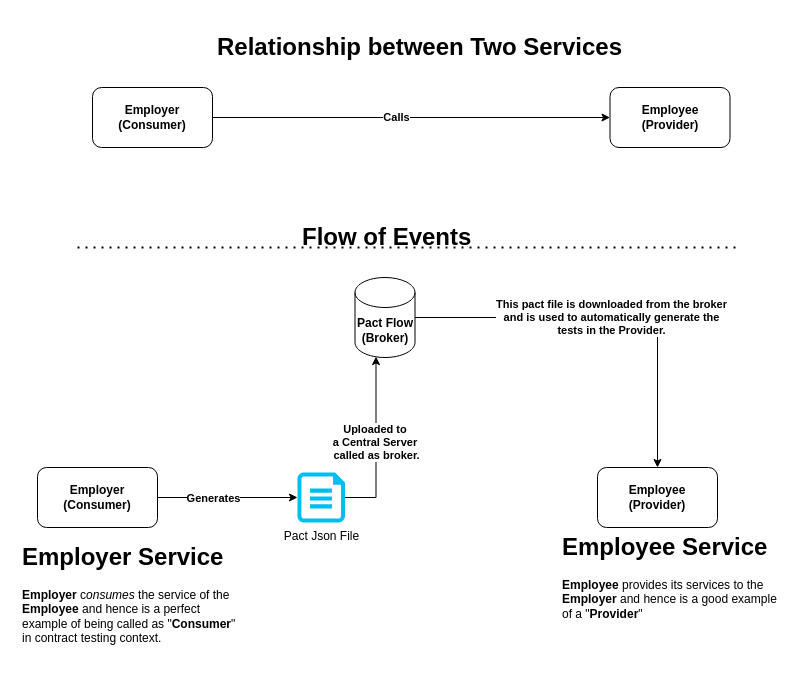
The draw.io diagram Untitled Diagram.drawio in akashdktyagi/pactflow-contract-testing-reference-app, before the edit. Source tidied: cells renumbered, new cells numbered last; positions are measured from the earlier drawing's top-left corner, leaving out a move shared by most shapes. Both pictures are drawn from the tidied source at 100%, with x=0, y=0 at pixel (17, 27).
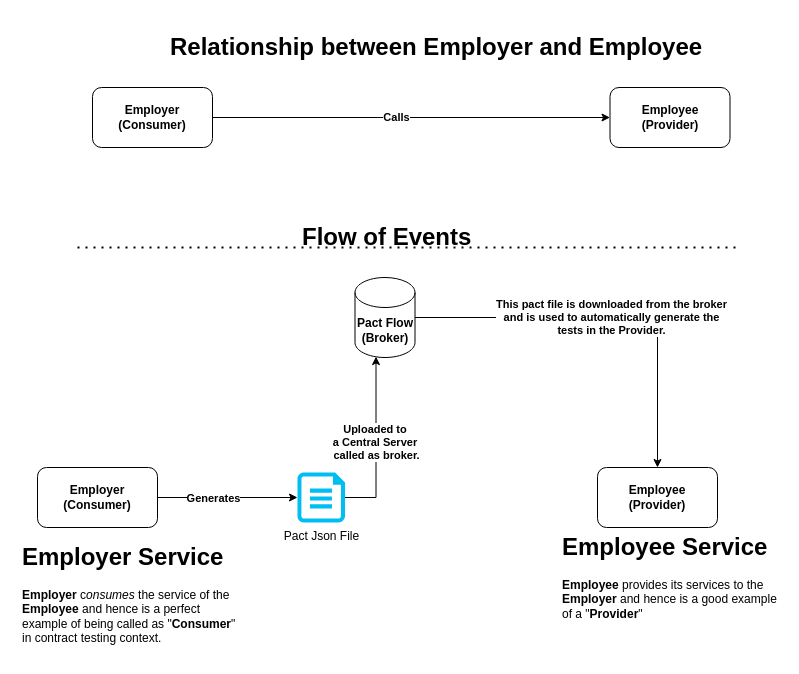
Above is the later version.

Change to the diagram source:
```diff
@@
 <mxGraphModel>
   <root>
     <mxCell id="0" />
     <mxCell id="1" parent="0" />
     <mxCell id="2" style="edgeStyle=orthogonalEdgeStyle;rounded=0;jettySize=auto;html=1;entryX=0;entryY=0.5;entryDx=0;entryDy=0;entryPerimeter=0;" parent="1" edge="1" source="4" target="11">
       <mxGeometry relative="1" as="geometry" />
     </mxCell>
     <mxCell id="3" value="Generates" style="edgeLabel;html=1;align=center;verticalAlign=middle;fontStyle=1;" parent="2" vertex="1">
       <mxGeometry x="-0.21" relative="1" as="geometry" />
     </mxCell>
     <mxCell id="4" value="Employer&lt;br&gt;(Consumer)" style="rounded=1;whiteSpace=wrap;html=1;fontStyle=1;" parent="1" vertex="1">
       <mxGeometry x="20" y="440" width="120" height="60" as="geometry" />
     </mxCell>
     <mxCell id="5" value="Employee&lt;br&gt;(Provider)" style="rounded=1;whiteSpace=wrap;html=1;fontStyle=1;" parent="1" vertex="1">
       <mxGeometry x="580" y="440" width="120" height="60" as="geometry" />
     </mxCell>
     <mxCell id="6" value="&lt;b&gt;This pact file is downloaded from the broker&lt;br&gt;and is used to automatically generate the&lt;br&gt;tests in the Provider.&lt;/b&gt;" style="edgeStyle=orthogonalEdgeStyle;rounded=0;jettySize=auto;html=1;" parent="1" edge="1" source="7" target="5">
       <mxGeometry relative="1" as="geometry" />
     </mxCell>
     <mxCell id="7" value="Pact Flow&lt;br&gt;(Broker)" style="shape=cylinder3;whiteSpace=wrap;html=1;boundedLbl=1;backgroundOutline=1;size=15;fontStyle=1;" parent="1" vertex="1">
       <mxGeometry x="337.5" y="250" width="60" height="80" as="geometry" />
     </mxCell>
     <mxCell id="8" value="&lt;h1&gt;Employer Service&lt;/h1&gt;&lt;p&gt;&lt;b&gt;Employer&lt;/b&gt;&amp;nbsp;c&lt;i&gt;onsumes&lt;/i&gt; the service of the &lt;b&gt;Employee&lt;/b&gt; and hence is a perfect example of being called as &quot;&lt;b&gt;Consumer&lt;/b&gt;&quot; in contract testing context.&lt;/p&gt;" style="text;html=1;strokeColor=none;fillColor=none;spacing=5;spacingTop=-20;whiteSpace=wrap;overflow=hidden;rounded=0;" parent="1" vertex="1">
       <mxGeometry y="510" width="225" height="120" as="geometry" />
     </mxCell>
     <mxCell id="9" value="&lt;h1&gt;Employee Service&amp;nbsp;&lt;/h1&gt;&lt;p&gt;&lt;b&gt;Employee&lt;/b&gt;&amp;nbsp;provides its services to the &lt;b&gt;Employer&lt;/b&gt;&amp;nbsp;and hence is a good example of a &quot;&lt;b&gt;Provider&lt;/b&gt;&quot;&lt;/p&gt;" style="text;html=1;strokeColor=none;fillColor=none;spacing=5;spacingTop=-20;whiteSpace=wrap;overflow=hidden;rounded=0;" parent="1" vertex="1">
       <mxGeometry x="540" y="500" width="225" height="120" as="geometry" />
     </mxCell>
     <mxCell id="10" value="&lt;b&gt;Uploaded to&amp;nbsp;&lt;br&gt;a Central Server&amp;nbsp;&lt;br&gt;called as broker.&lt;/b&gt;" style="edgeStyle=orthogonalEdgeStyle;rounded=0;jettySize=auto;html=1;entryX=0.35;entryY=0.988;entryDx=0;entryDy=0;entryPerimeter=0;" parent="1" edge="1" source="11" target="7">
       <mxGeometry relative="1" as="geometry" />
     </mxCell>
     <mxCell id="11" value="Pact Json File" style="verticalLabelPosition=bottom;html=1;verticalAlign=top;align=center;strokeColor=none;fillColor=#00BEF2;shape=mxgraph.azure.cloud_services_configuration_file;" parent="1" vertex="1">
       <mxGeometry x="280" y="445" width="47.5" height="50" as="geometry" />
     </mxCell>
     <mxCell id="12" style="edgeStyle=orthogonalEdgeStyle;rounded=0;jettySize=auto;html=1;entryX=0;entryY=0.5;entryDx=0;entryDy=0;" parent="1" edge="1" source="14" target="15">
       <mxGeometry relative="1" as="geometry" />
     </mxCell>
     <mxCell id="13" value="Calls" style="edgeLabel;html=1;align=center;verticalAlign=middle;fontStyle=1;" parent="12" vertex="1">
       <mxGeometry x="-0.08" y="1" relative="1" as="geometry" />
     </mxCell>
     <mxCell id="14" value="Employer&lt;br&gt;(Consumer)" style="rounded=1;whiteSpace=wrap;html=1;fontStyle=1;" parent="1" vertex="1">
       <mxGeometry x="75" y="60" width="120" height="60" as="geometry" />
     </mxCell>
     <mxCell id="15" value="Employee&lt;br&gt;(Provider)" style="rounded=1;whiteSpace=wrap;html=1;fontStyle=1;" parent="1" vertex="1">
       <mxGeometry x="592.5" y="60" width="120" height="60" as="geometry" />
     </mxCell>
     <mxCell id="16" style="endArrow=none;dashed=1;html=1;dashPattern=1 3;strokeWidth=2;rounded=0;" parent="1" edge="1">
       <mxGeometry relative="1" as="geometry">
         <mxPoint x="60" y="220" as="sourcePoint" />
         <mxPoint x="720" y="220" as="targetPoint" />
       </mxGeometry>
     </mxCell>
     <mxCell id="17" value="&lt;h1&gt;Flow of Events&lt;/h1&gt;" style="text;html=1;strokeColor=none;fillColor=none;spacing=5;spacingTop=-20;whiteSpace=wrap;overflow=hidden;rounded=0;" parent="1" vertex="1">
       <mxGeometry x="280" y="190" width="190" height="30" as="geometry" />
     </mxCell>
-    <mxCell id="18" value="&lt;h1&gt;Relationship between Two Services&lt;/h1&gt;" style="text;html=1;strokeColor=none;fillColor=none;spacing=5;spacingTop=-20;whiteSpace=wrap;overflow=hidden;rounded=0;" parent="1" vertex="1">
-      <mxGeometry x="195" width="490" height="60" as="geometry" />
+    <mxCell id="18" value="&lt;h1&gt;Relationship between Employer and Employee&lt;/h1&gt;" style="text;html=1;strokeColor=none;fillColor=none;spacing=5;spacingTop=-20;whiteSpace=wrap;overflow=hidden;rounded=0;" parent="1" vertex="1">
+      <mxGeometry x="147.5" width="565" height="60" as="geometry" />
     </mxCell>
   </root>
 </mxGraphModel>
```
